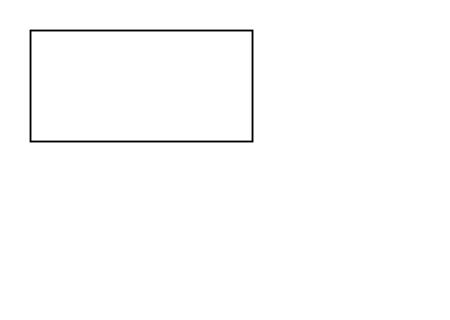
The draw.io diagram Family.drawio in aasis-io/aasis-io, before the edit. Source tidied: cells renumbered, new cells numbered last; positions are measured from the earlier drawing's top-left corner, leaving out a move shared by most shapes. Both pictures are drawn from the tidied source at 185%, with x=0, y=0 at pixel (30, 30).
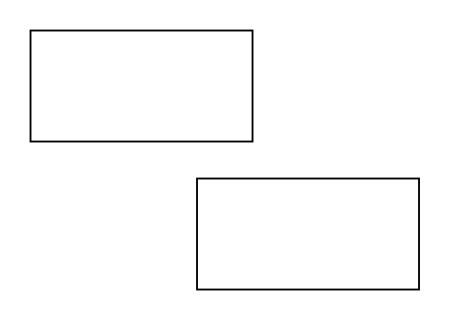
The same page after the edit.

Diff of the diagram source:
```diff
@@
 <mxGraphModel>
   <root>
     <mxCell id="0" />
     <mxCell id="1" parent="0" />
     <mxCell id="2" style="rounded=0;whiteSpace=wrap;html=1;" parent="1" vertex="1">
       <mxGeometry width="120" height="60" as="geometry" />
     </mxCell>
+    <mxCell id="3" style="rounded=0;whiteSpace=wrap;html=1;" parent="1" vertex="1">
+      <mxGeometry x="90" y="80" width="120" height="60" as="geometry" />
+    </mxCell>
   </root>
 </mxGraphModel>
```
